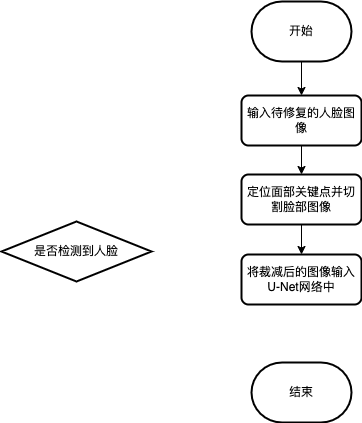
Earlier version of the draw.io export 人脸修复流程图.drawio.png (jtwty/Face_Rec). Source tidied: cells renumbered, new cells last; positions are measured from the earlier drawing's top-left corner, leaving out a move shared by most shapes.
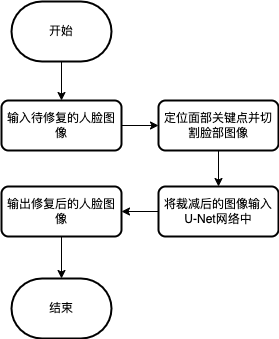
Above is the later version.

Commit message:
更新人脸修复流程图.drawio.png

The edit, as a diff of the source:
```diff
@@ -6,28 +6,34 @@
       <mxGeometry relative="1" as="geometry" />
     </mxCell>
     <mxCell id="3" value="开始" style="strokeWidth=2;html=1;shape=mxgraph.flowchart.terminator;whiteSpace=wrap;" parent="1" vertex="1">
-      <mxGeometry x="250" width="100" height="60" as="geometry" />
+      <mxGeometry x="250" y="-16" width="100" height="60" as="geometry" />
     </mxCell>
     <mxCell id="4" style="edgeStyle=orthogonalEdgeStyle;rounded=0;jettySize=auto;html=1;" parent="1" edge="1" source="5" target="9">
       <mxGeometry relative="1" as="geometry" />
     </mxCell>
     <mxCell id="5" value="输入待修复的人脸图像" style="rounded=1;whiteSpace=wrap;html=1;absoluteArcSize=1;arcSize=14;strokeWidth=2;" parent="1" vertex="1">
-      <mxGeometry x="240" y="94" width="120" height="50" as="geometry" />
+      <mxGeometry x="240" y="83" width="120" height="50" as="geometry" />
     </mxCell>
-    <mxCell id="6" value="是否检测到人脸" style="strokeWidth=2;html=1;shape=mxgraph.flowchart.decision;whiteSpace=wrap;" parent="1" vertex="1">
-      <mxGeometry y="220" width="150" height="60" as="geometry" />
-    </mxCell>
     <mxCell id="7" value="结束" style="strokeWidth=2;html=1;shape=mxgraph.flowchart.terminator;whiteSpace=wrap;" parent="1" vertex="1">
-      <mxGeometry x="250" y="361" width="100" height="60" as="geometry" />
+      <mxGeometry x="250" y="261" width="100" height="60" as="geometry" />
     </mxCell>
     <mxCell id="8" style="edgeStyle=orthogonalEdgeStyle;rounded=0;jettySize=auto;html=1;" parent="1" edge="1" source="9" target="10">
       <mxGeometry relative="1" as="geometry" />
     </mxCell>
     <mxCell id="9" value="定位面部关键点并切割脸部图像" style="rounded=1;whiteSpace=wrap;html=1;absoluteArcSize=1;arcSize=14;strokeWidth=2;" parent="1" vertex="1">
-      <mxGeometry x="240" y="173" width="120" height="50" as="geometry" />
+      <mxGeometry x="397" y="83" width="120" height="50" as="geometry" />
     </mxCell>
+    <mxCell id="11" style="edgeStyle=orthogonalEdgeStyle;rounded=0;jettySize=auto;html=1;" parent="1" edge="1" source="10" target="13">
+      <mxGeometry relative="1" as="geometry" />
+    </mxCell>
     <mxCell id="10" value="将裁减后的图像输入U-Net网络中" style="rounded=1;whiteSpace=wrap;html=1;absoluteArcSize=1;arcSize=14;strokeWidth=2;" parent="1" vertex="1">
-      <mxGeometry x="240" y="253" width="120" height="50" as="geometry" />
+      <mxGeometry x="397" y="169" width="120" height="50" as="geometry" />
     </mxCell>
+    <mxCell id="12" style="edgeStyle=orthogonalEdgeStyle;rounded=0;jettySize=auto;html=1;" parent="1" edge="1" source="13" target="7">
+      <mxGeometry relative="1" as="geometry" />
+    </mxCell>
+    <mxCell id="13" value="输出修复后的人脸图像" style="rounded=1;whiteSpace=wrap;html=1;absoluteArcSize=1;arcSize=14;strokeWidth=2;" parent="1" vertex="1">
+      <mxGeometry x="240" y="169" width="120" height="50" as="geometry" />
+    </mxCell>
   </root>
 </mxGraphModel>
```
